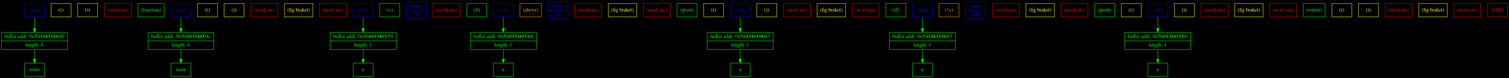
Matvey787/myProgLanguage keeps this Graphviz diagram as png_files/tokensDotFile.dot.png. Above is the earlier version. Its source is kept beside it as dot_files/tokensDotFile.dot.
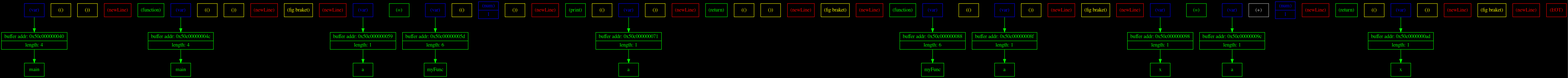
Above is the later version.

Change to the diagram source:
```diff
@@ -18,76 +18,89 @@
 	token_10 [ shape=record, color = red, fontcolor = red, label = "{ (newLine) }" ];
 	token_11 [ shape=record, color = blue, fontcolor = blue, label = "{ (var) }" ];
 	token_12 [ shape=record, color = green, fontcolor = green, label = "{ (=) }" ];
-	token_13 [ shape=record, color = blue, fontcolor = blue, label = "{ (num) | 100 }" ];
-	token_14 [ shape=record, color = red, fontcolor = red, label = "{ (newLine) }" ];
-	token_15 [ shape=record, color = green, fontcolor = green, label = "{ (if) }" ];
-	token_16 [ shape=record, color = blue, fontcolor = blue, label = "{ (var) }" ];
-	token_17 [ shape=record, color = orange, fontcolor = orange, label = "{ (above) }" ];
-	token_18 [ shape=record, color = blue, fontcolor = blue, label = "{ (num) | 10 }" ];
-	token_19 [ shape=record, color = red, fontcolor = red, label = "{ (newLine) }" ];
-	token_20 [ shape=record, color = yellow, fontcolor = yellow, label = "{ (fig braket) }" ];
-	token_21 [ shape=record, color = red, fontcolor = red, label = "{ (newLine) }" ];
-	token_22 [ shape=record, color = green, fontcolor = green, label = "{ (print) }" ];
-	token_23 [ shape=record, color = yellow, fontcolor = yellow, label = "{ (() }" ];
-	token_24 [ shape=record, color = blue, fontcolor = blue, label = "{ (var) }" ];
+	token_13 [ shape=record, color = blue, fontcolor = blue, label = "{ (var) }" ];
+	token_14 [ shape=record, color = yellow, fontcolor = yellow, label = "{ (() }" ];
+	token_15 [ shape=record, color = blue, fontcolor = blue, label = "{ (num) | 1 }" ];
+	token_16 [ shape=record, color = yellow, fontcolor = yellow, label = "{ ()) }" ];
+	token_17 [ shape=record, color = red, fontcolor = red, label = "{ (newLine) }" ];
+	token_18 [ shape=record, color = green, fontcolor = green, label = "{ (print) }" ];
+	token_19 [ shape=record, color = yellow, fontcolor = yellow, label = "{ (() }" ];
+	token_20 [ shape=record, color = blue, fontcolor = blue, label = "{ (var) }" ];
+	token_21 [ shape=record, color = yellow, fontcolor = yellow, label = "{ ()) }" ];
+	token_22 [ shape=record, color = red, fontcolor = red, label = "{ (newLine) }" ];
+	token_23 [ shape=record, color = green, fontcolor = green, label = "{ (return) }" ];
+	token_24 [ shape=record, color = yellow, fontcolor = yellow, label = "{ (() }" ];
 	token_25 [ shape=record, color = yellow, fontcolor = yellow, label = "{ ()) }" ];
 	token_26 [ shape=record, color = red, fontcolor = red, label = "{ (newLine) }" ];
 	token_27 [ shape=record, color = yellow, fontcolor = yellow, label = "{ (fig braket) }" ];
 	token_28 [ shape=record, color = red, fontcolor = red, label = "{ (newLine) }" ];
-	token_29 [ shape=record, color = green, fontcolor = green, label = "{ (if) }" ];
+	token_29 [ shape=record, color = green, fontcolor = green, label = "{ (function) }" ];
 	token_30 [ shape=record, color = blue, fontcolor = blue, label = "{ (var) }" ];
-	token_31 [ shape=record, color = orange, fontcolor = orange, label = "{ (!=) }" ];
-	token_32 [ shape=record, color = blue, fontcolor = blue, label = "{ (num) | 100 }" ];
-	token_33 [ shape=record, color = red, fontcolor = red, label = "{ (newLine) }" ];
-	token_34 [ shape=record, color = yellow, fontcolor = yellow, label = "{ (fig braket) }" ];
-	token_35 [ shape=record, color = red, fontcolor = red, label = "{ (newLine) }" ];
-	token_36 [ shape=record, color = green, fontcolor = green, label = "{ (print) }" ];
-	token_37 [ shape=record, color = yellow, fontcolor = yellow, label = "{ (() }" ];
-	token_38 [ shape=record, color = blue, fontcolor = blue, label = "{ (var) }" ];
-	token_39 [ shape=record, color = yellow, fontcolor = yellow, label = "{ ()) }" ];
-	token_40 [ shape=record, color = red, fontcolor = red, label = "{ (newLine) }" ];
-	token_41 [ shape=record, color = yellow, fontcolor = yellow, label = "{ (fig braket) }" ];
+	token_31 [ shape=record, color = yellow, fontcolor = yellow, label = "{ (() }" ];
+	token_32 [ shape=record, color = blue, fontcolor = blue, label = "{ (var) }" ];
+	token_33 [ shape=record, color = yellow, fontcolor = yellow, label = "{ ()) }" ];
+	token_34 [ shape=record, color = red, fontcolor = red, label = "{ (newLine) }" ];
+	token_35 [ shape=record, color = yellow, fontcolor = yellow, label = "{ (fig braket) }" ];
+	token_36 [ shape=record, color = red, fontcolor = red, label = "{ (newLine) }" ];
+	token_37 [ shape=record, color = blue, fontcolor = blue, label = "{ (var) }" ];
+	token_38 [ shape=record, color = green, fontcolor = green, label = "{ (=) }" ];
+	token_39 [ shape=record, color = blue, fontcolor = blue, label = "{ (var) }" ];
+	token_40 [ shape=record, color = grey, fontcolor = grey, label = "{ (+) }" ];
+	token_41 [ shape=record, color = blue, fontcolor = blue, label = "{ (num) | 1 }" ];
 	token_42 [ shape=record, color = red, fontcolor = red, label = "{ (newLine) }" ];
 	token_43 [ shape=record, color = green, fontcolor = green, label = "{ (return) }" ];
 	token_44 [ shape=record, color = yellow, fontcolor = yellow, label = "{ (() }" ];
-	token_45 [ shape=record, color = yellow, fontcolor = yellow, label = "{ ()) }" ];
-	token_46 [ shape=record, color = red, fontcolor = red, label = "{ (newLine) }" ];
-	token_47 [ shape=record, color = yellow, fontcolor = yellow, label = "{ (fig braket) }" ];
-	token_48 [ shape=record, color = red, fontcolor = red, label = "{ (newLine) }" ];
-	token_49 [ shape=record, color = red, fontcolor = red, label = "{ (EOT) }" ];
+	token_45 [ shape=record, color = blue, fontcolor = blue, label = "{ (var) }" ];
+	token_46 [ shape=record, color = yellow, fontcolor = yellow, label = "{ ()) }" ];
+	token_47 [ shape=record, color = red, fontcolor = red, label = "{ (newLine) }" ];
+	token_48 [ shape=record, color = yellow, fontcolor = yellow, label = "{ (fig braket) }" ];
+	token_49 [ shape=record, color = red, fontcolor = red, label = "{ (newLine) }" ];
+	token_50 [ shape=record, color = red, fontcolor = red, label = "{ (EOT) }" ];
 }
 {
 	rank=same;
-	tableCell_0x50d000000040 [ shape=record, color = green, fontcolor = green, label = "         { buffer addr: 0x50d000000040 | length: 4 }" ];
-	tableCell_0x50d00000004c [ shape=record, color = green, fontcolor = green, label = "         { buffer addr: 0x50d00000004c | length: 4 }" ];
-	tableCell_0x50d000000059 [ shape=record, color = green, fontcolor = green, label = "         { buffer addr: 0x50d000000059 | length: 1 }" ];
-	tableCell_0x50d000000068 [ shape=record, color = green, fontcolor = green, label = "         { buffer addr: 0x50d000000068 | length: 1 }" ];
-	tableCell_0x50d000000083 [ shape=record, color = green, fontcolor = green, label = "         { buffer addr: 0x50d000000083 | length: 1 }" ];
-	tableCell_0x50d000000093 [ shape=record, color = green, fontcolor = green, label = "         { buffer addr: 0x50d000000093 | length: 1 }" ];
-	tableCell_0x50d0000000b0 [ shape=record, color = green, fontcolor = green, label = "         { buffer addr: 0x50d0000000b0 | length: 1 }" ];
+	tableCell_0x50c000000040 [ shape=record, color = green, fontcolor = green, label = "         { buffer addr: 0x50c000000040 | length: 4 }" ];
+	tableCell_0x50c00000004c [ shape=record, color = green, fontcolor = green, label = "         { buffer addr: 0x50c00000004c | length: 4 }" ];
+	tableCell_0x50c000000059 [ shape=record, color = green, fontcolor = green, label = "         { buffer addr: 0x50c000000059 | length: 1 }" ];
+	tableCell_0x50c00000005d [ shape=record, color = green, fontcolor = green, label = "         { buffer addr: 0x50c00000005d | length: 6 }" ];
+	tableCell_0x50c000000071 [ shape=record, color = green, fontcolor = green, label = "         { buffer addr: 0x50c000000071 | length: 1 }" ];
+	tableCell_0x50c000000088 [ shape=record, color = green, fontcolor = green, label = "         { buffer addr: 0x50c000000088 | length: 6 }" ];
+	tableCell_0x50c00000008f [ shape=record, color = green, fontcolor = green, label = "         { buffer addr: 0x50c00000008f | length: 1 }" ];
+	tableCell_0x50c000000098 [ shape=record, color = green, fontcolor = green, label = "         { buffer addr: 0x50c000000098 | length: 1 }" ];
+	tableCell_0x50c00000009c [ shape=record, color = green, fontcolor = green, label = "         { buffer addr: 0x50c00000009c | length: 1 }" ];
+	tableCell_0x50c0000000ad [ shape=record, color = green, fontcolor = green, label = "         { buffer addr: 0x50c0000000ad | length: 1 }" ];
 }
 {
 	rank=same;
-	openTableCell_0x50d000000040 [ shape=record, color = green, fontcolor = green, label = "{ main }" ];
-	openTableCell_0x50d00000004c [ shape=record, color = green, fontcolor = green, label = "{ main }" ];
-	openTableCell_0x50d000000059 [ shape=record, color = green, fontcolor = green, label = "{ a }" ];
-	openTableCell_0x50d000000068 [ shape=record, color = green, fontcolor = green, label = "{ a }" ];
-	openTableCell_0x50d000000083 [ shape=record, color = green, fontcolor = green, label = "{ a }" ];
-	openTableCell_0x50d000000093 [ shape=record, color = green, fontcolor = green, label = "{ a }" ];
-	openTableCell_0x50d0000000b0 [ shape=record, color = green, fontcolor = green, label = "{ a }" ];
+	openTableCell_0x50c000000040 [ shape=record, color = green, fontcolor = green, label = "{ main }" ];
+	openTableCell_0x50c00000004c [ shape=record, color = green, fontcolor = green, label = "{ main }" ];
+	openTableCell_0x50c000000059 [ shape=record, color = green, fontcolor = green, label = "{ a }" ];
+	openTableCell_0x50c00000005d [ shape=record, color = green, fontcolor = green, label = "{ myFunc }" ];
+	openTableCell_0x50c000000071 [ shape=record, color = green, fontcolor = green, label = "{ a }" ];
+	openTableCell_0x50c000000088 [ shape=record, color = green, fontcolor = green, label = "{ myFunc }" ];
+	openTableCell_0x50c00000008f [ shape=record, color = green, fontcolor = green, label = "{ a }" ];
+	openTableCell_0x50c000000098 [ shape=record, color = green, fontcolor = green, label = "{ x }" ];
+	openTableCell_0x50c00000009c [ shape=record, color = green, fontcolor = green, label = "{ a }" ];
+	openTableCell_0x50c0000000ad [ shape=record, color = green, fontcolor = green, label = "{ x }" ];
 }
-	token_0:s -> tableCell_0x50d000000040:n [ color = green; ]
-	token_5:s -> tableCell_0x50d00000004c:n [ color = green; ]
-	token_11:s -> tableCell_0x50d000000059:n [ color = green; ]
-	token_16:s -> tableCell_0x50d000000068:n [ color = green; ]
-	token_24:s -> tableCell_0x50d000000083:n [ color = green; ]
-	token_30:s -> tableCell_0x50d000000093:n [ color = green; ]
-	token_38:s -> tableCell_0x50d0000000b0:n [ color = green; ]
-	tableCell_0x50d000000040:s -> openTableCell_0x50d000000040:n [ color = green; ]
-	tableCell_0x50d00000004c:s -> openTableCell_0x50d00000004c:n [ color = green; ]
-	tableCell_0x50d000000059:s -> openTableCell_0x50d000000059:n [ color = green; ]
-	tableCell_0x50d000000068:s -> openTableCell_0x50d000000068:n [ color = green; ]
-	tableCell_0x50d000000083:s -> openTableCell_0x50d000000083:n [ color = green; ]
-	tableCell_0x50d000000093:s -> openTableCell_0x50d000000093:n [ color = green; ]
-	tableCell_0x50d0000000b0:s -> openTableCell_0x50d0000000b0:n [ color = green; ]
+	token_0:s -> tableCell_0x50c000000040:n [ color = green; ]
+	token_5:s -> tableCell_0x50c00000004c:n [ color = green; ]
+	token_11:s -> tableCell_0x50c000000059:n [ color = green; ]
+	token_13:s -> tableCell_0x50c00000005d:n [ color = green; ]
+	token_20:s -> tableCell_0x50c000000071:n [ color = green; ]
+	token_30:s -> tableCell_0x50c000000088:n [ color = green; ]
+	token_32:s -> tableCell_0x50c00000008f:n [ color = green; ]
+	token_37:s -> tableCell_0x50c000000098:n [ color = green; ]
+	token_39:s -> tableCell_0x50c00000009c:n [ color = green; ]
+	token_45:s -> tableCell_0x50c0000000ad:n [ color = green; ]
+	tableCell_0x50c000000040:s -> openTableCell_0x50c000000040:n [ color = green; ]
+	tableCell_0x50c00000004c:s -> openTableCell_0x50c00000004c:n [ color = green; ]
+	tableCell_0x50c000000059:s -> openTableCell_0x50c000000059:n [ color = green; ]
+	tableCell_0x50c00000005d:s -> openTableCell_0x50c00000005d:n [ color = green; ]
+	tableCell_0x50c000000071:s -> openTableCell_0x50c000000071:n [ color = green; ]
+	tableCell_0x50c000000088:s -> openTableCell_0x50c000000088:n [ color = green; ]
+	tableCell_0x50c00000008f:s -> openTableCell_0x50c00000008f:n [ color = green; ]
+	tableCell_0x50c000000098:s -> openTableCell_0x50c000000098:n [ color = green; ]
+	tableCell_0x50c00000009c:s -> openTableCell_0x50c00000009c:n [ color = green; ]
+	tableCell_0x50c0000000ad:s -> openTableCell_0x50c0000000ad:n [ color = green; ]
 }
```
